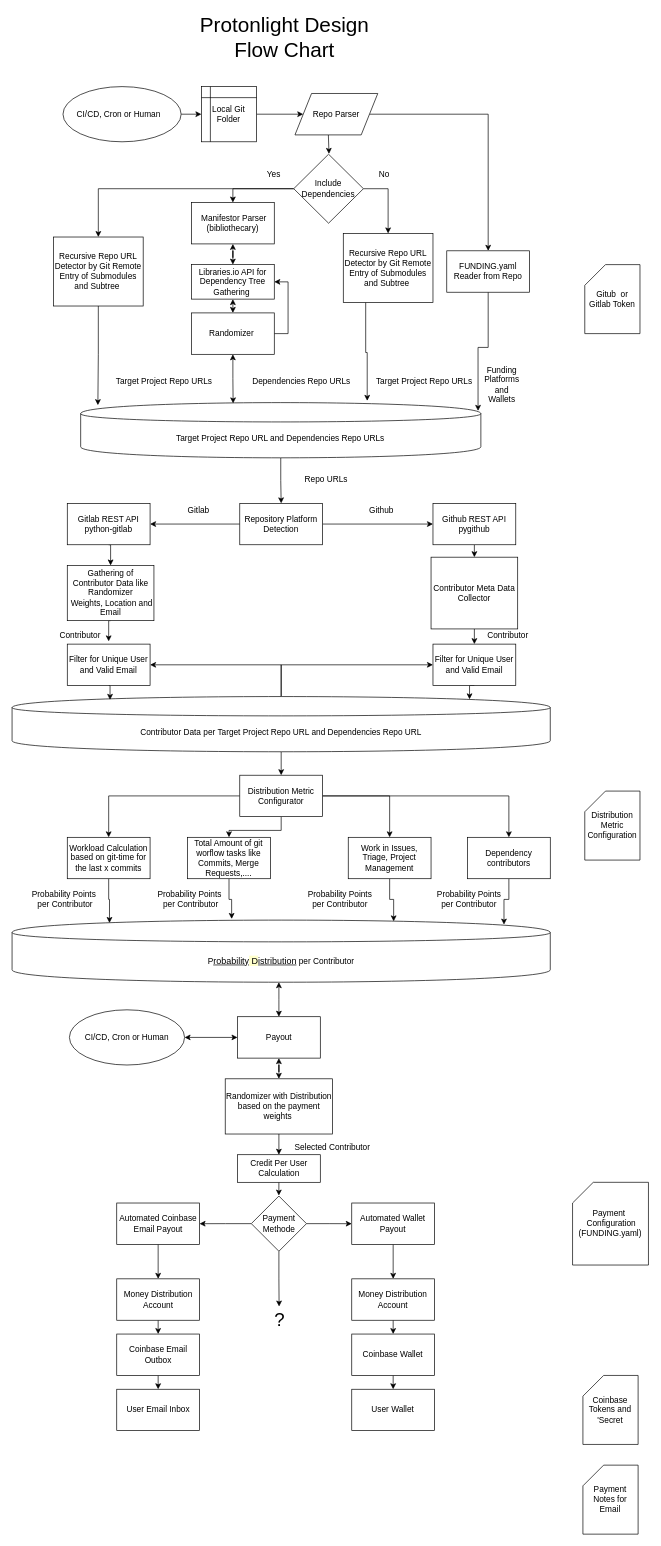
Above: docs/design/protonlight.drawio in protontypes/LibreSelery (draw.io), before the change. Source tidied: cells renumbered, new cells numbered last; positions are measured from the earlier drawing's top-left corner, leaving out a move shared by most shapes. Both pictures are drawn from the tidied source at 69%, with x=0, y=0 at pixel (12, 23).
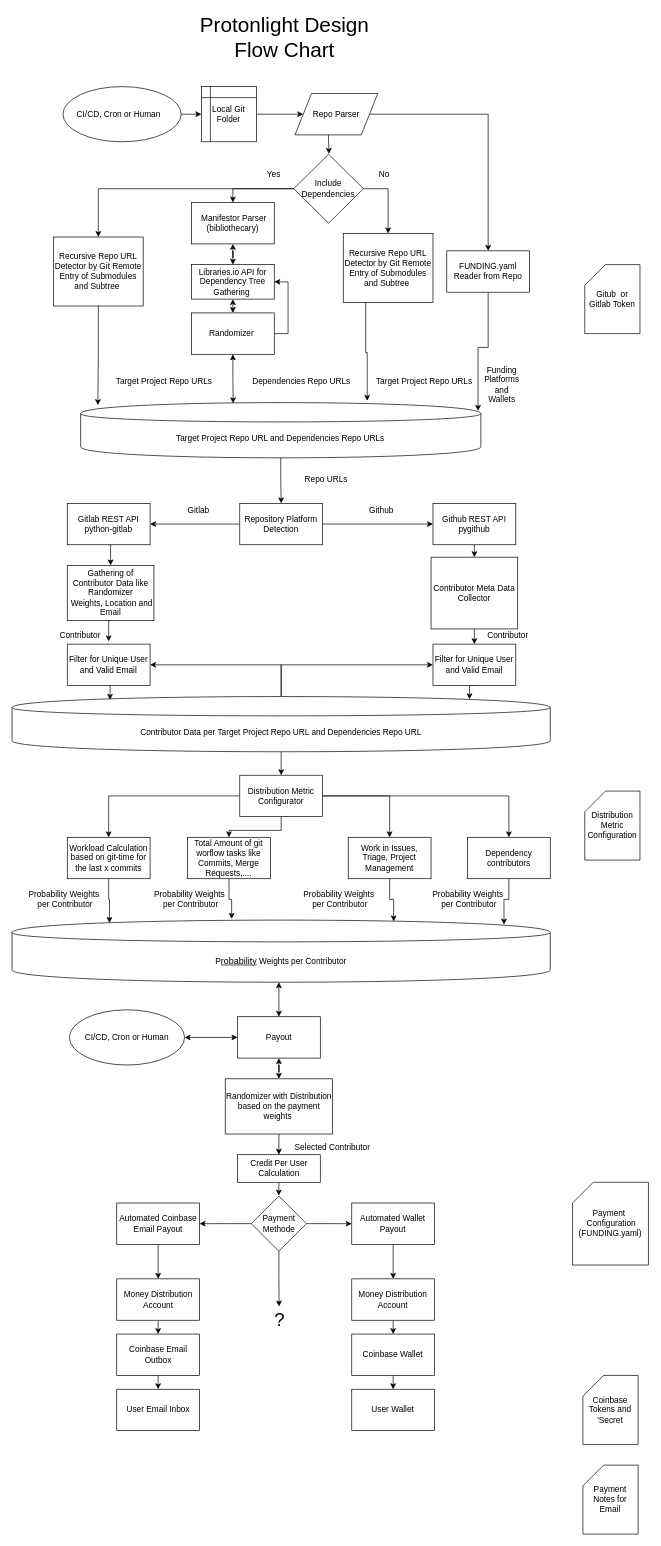
The same page after the edit.

The edit, as a diff of the source:
```diff
@@
-    <mxCell id="79" value="P&lt;a href=&quot;https://www.dict.cc/englisch-deutsch/probability.html&quot; style=&quot;color: black ; font-family: &amp;#34;arial&amp;#34; , &amp;#34;helvetica&amp;#34; , sans-serif ; font-size: 13px&quot;&gt;robability&lt;/a&gt;&lt;span style=&quot;font-family: &amp;#34;arial&amp;#34; , &amp;#34;helvetica&amp;#34; , sans-serif ; font-size: 13px ; background-color: rgb(255 , 255 , 204)&quot;&gt;&amp;nbsp;D&lt;/span&gt;&lt;a href=&quot;https://www.dict.cc/englisch-deutsch/distribution.html&quot; style=&quot;color: black ; font-family: &amp;#34;arial&amp;#34; , &amp;#34;helvetica&amp;#34; , sans-serif ; font-size: 13px&quot;&gt;istribution&lt;/a&gt;&amp;nbsp;per Contributor" style="shape=cylinder;whiteSpace=wrap;html=1;boundedLbl=1;backgroundOutline=1;" parent="1" vertex="1">
+    <mxCell id="79" value="P&lt;a href=&quot;https://www.dict.cc/englisch-deutsch/probability.html&quot; style=&quot;color: black ; font-family: &amp;#34;arial&amp;#34; , &amp;#34;helvetica&amp;#34; , sans-serif ; font-size: 13px&quot;&gt;robability&lt;/a&gt;&amp;nbsp;Weights&amp;nbsp;per Contributor" style="shape=cylinder;whiteSpace=wrap;html=1;boundedLbl=1;backgroundOutline=1;" parent="1" vertex="1">
       <mxGeometry y="1300" width="780" height="90" as="geometry" />
     </mxCell>
-    <mxCell id="80" value="Probability Points&lt;br&gt;&amp;nbsp;per Contributor" style="text;html=1;align=center;verticalAlign=middle;" parent="1" vertex="1">
-      <mxGeometry x="20" y="1255" width="110" height="30" as="geometry" />
+    <mxCell id="80" value="Probability Weights&lt;br&gt;&amp;nbsp;per Contributor" style="text;html=1;align=center;verticalAlign=middle;" parent="1" vertex="1">
+      <mxGeometry x="15" y="1255" width="120" height="30" as="geometry" />
     </mxCell>
-    <mxCell id="81" value="Probability Points&lt;br&gt;&amp;nbsp;per Contributor" style="text;html=1;align=center;verticalAlign=middle;" parent="1" vertex="1">
-      <mxGeometry x="201.5" y="1255" width="110" height="30" as="geometry" />
+    <mxCell id="81" value="Probability Weights&lt;br&gt;&amp;nbsp;per Contributor" style="text;html=1;align=center;verticalAlign=middle;" parent="1" vertex="1">
+      <mxGeometry x="196.5" y="1255" width="120" height="30" as="geometry" />
     </mxCell>
-    <mxCell id="82" value="Probability Points &lt;br&gt;per Contributor" style="text;html=1;align=center;verticalAlign=middle;" parent="1" vertex="1">
-      <mxGeometry x="420" y="1255" width="110" height="30" as="geometry" />
+    <mxCell id="82" value="Probability Weights&amp;nbsp;&lt;br&gt;per Contributor" style="text;html=1;align=center;verticalAlign=middle;" parent="1" vertex="1">
+      <mxGeometry x="415" y="1255" width="120" height="30" as="geometry" />
     </mxCell>
@@
-    <mxCell id="102" value="Probability Points &lt;br&gt;per Contributor" style="text;html=1;align=center;verticalAlign=middle;" parent="1" vertex="1">
-      <mxGeometry x="607.2" y="1255" width="110" height="30" as="geometry" />
+    <mxCell id="102" value="Probability Weights&amp;nbsp;&lt;br&gt;per Contributor" style="text;html=1;align=center;verticalAlign=middle;" parent="1" vertex="1">
+      <mxGeometry x="602.2" y="1255" width="120" height="30" as="geometry" />
     </mxCell>
```
